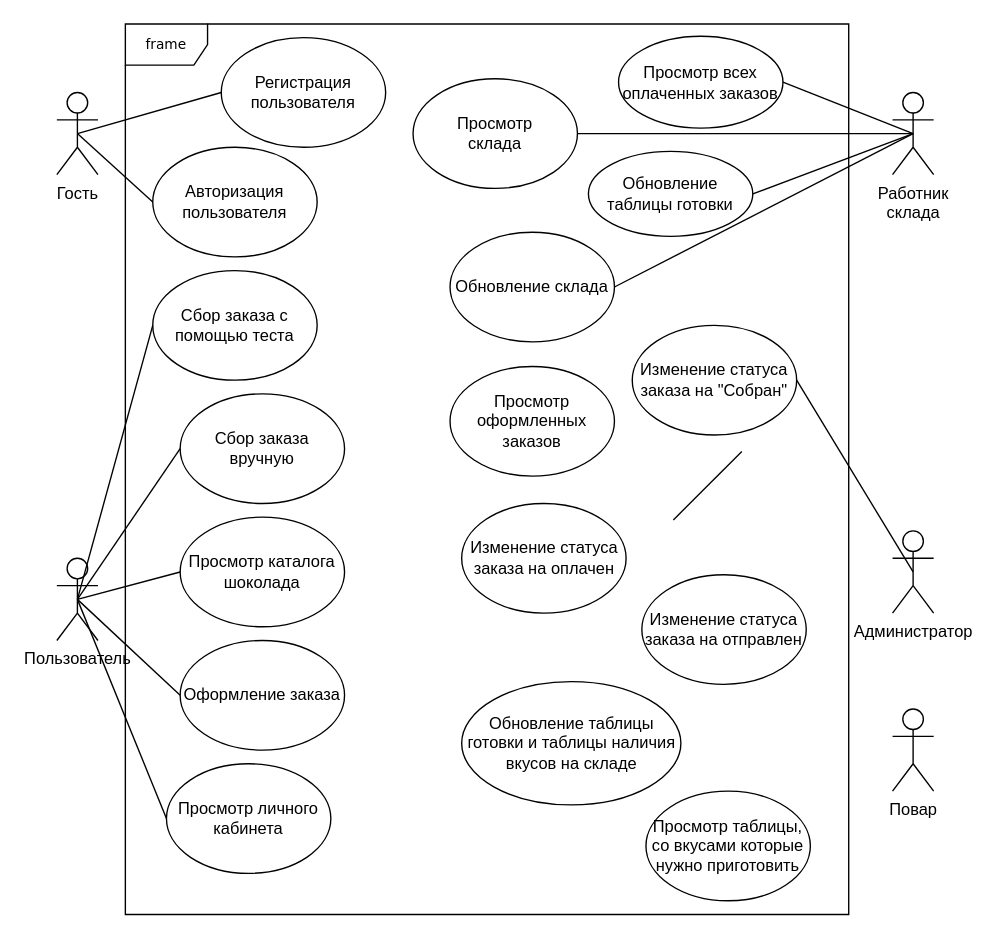
This is Untitled Diagram.drawio from frobbery/chocolate-shop, a draw.io file, before an edit. Source tidied: cells renumbered, new cells numbered last; positions are measured from the earlier drawing's top-left corner, leaving out a move shared by most shapes. Both pictures are drawn from the tidied source at 137%, with x=0, y=0 at pixel (56, 23).
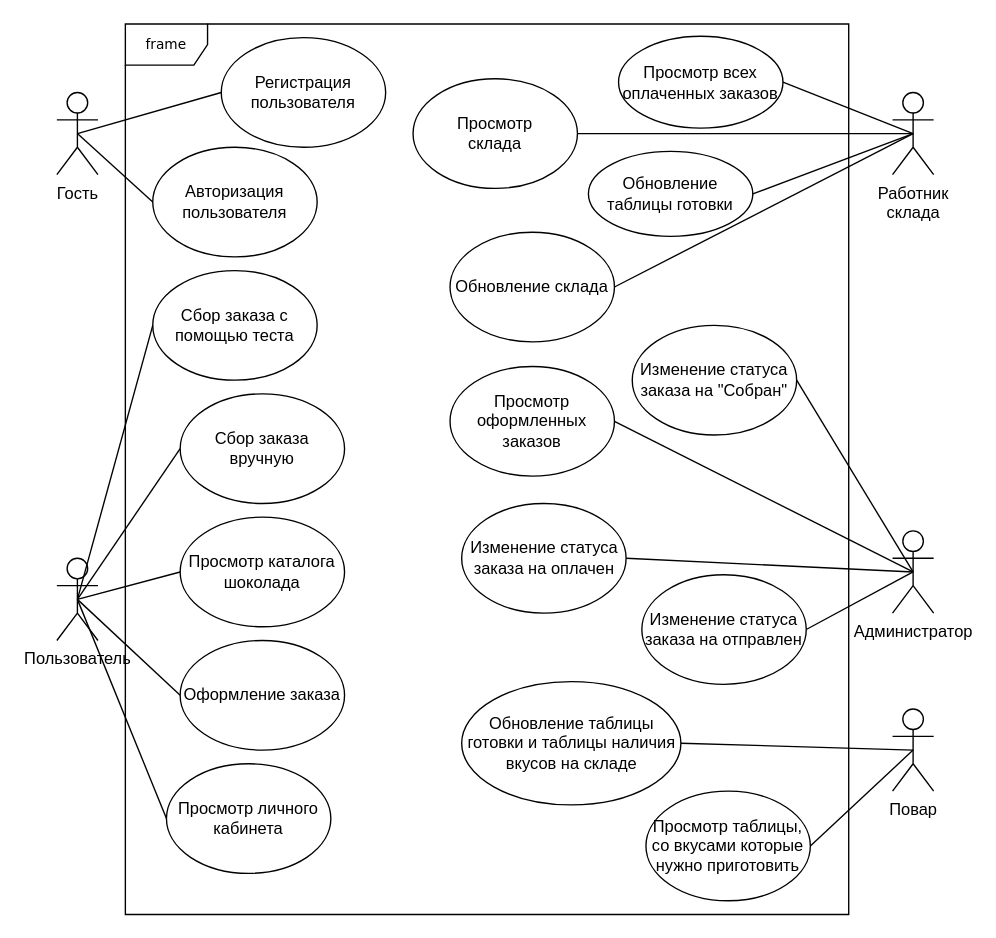
After the change.

Unchanged cells that the change refers to:
```xml
<mxCell id="5" value="Повар" style="shape=umlActor;verticalLabelPosition=bottom;verticalAlign=top;html=1;outlineConnect=0;" parent="1" vertex="1">
  <mxGeometry x="610" y="500" width="30" height="60" as="geometry" />
</mxCell>
<mxCell id="7" value="Администратор" style="shape=umlActor;verticalLabelPosition=bottom;verticalAlign=top;html=1;outlineConnect=0;" parent="1" vertex="1">
  <mxGeometry x="610" y="370" width="30" height="60" as="geometry" />
</mxCell>
<mxCell id="15" value="Просмотр таблицы,&lt;br&gt;со вкусами которые нужно приготовить" style="ellipse;whiteSpace=wrap;html=1;" parent="1" vertex="1">
  <mxGeometry x="430" y="560" width="120" height="80" as="geometry" />
</mxCell>
<mxCell id="16" value="Обновление таблицы готовки и таблицы наличия вкусов на складе" style="ellipse;whiteSpace=wrap;html=1;" parent="1" vertex="1">
  <mxGeometry x="295.5" y="480" width="160" height="90" as="geometry" />
</mxCell>
<mxCell id="22" value="Просмотр оформленных заказов" style="ellipse;whiteSpace=wrap;html=1;" parent="1" vertex="1">
  <mxGeometry x="287" y="250" width="120" height="80" as="geometry" />
</mxCell>
<mxCell id="23" value="Изменение статуса заказа на оплачен" style="ellipse;whiteSpace=wrap;html=1;" parent="1" vertex="1">
  <mxGeometry x="295.5" y="350" width="120" height="80" as="geometry" />
</mxCell>
<mxCell id="24" value="Изменение статуса заказа на отправлен" style="ellipse;whiteSpace=wrap;html=1;" parent="1" vertex="1">
  <mxGeometry x="427" y="402" width="120" height="80" as="geometry" />
</mxCell>
```

What changed in the source:
```diff
@@
-    <mxCell id="37" style="endArrow=none;html=1;rounded=0;" parent="1" edge="1">
-      <mxGeometry relative="1" as="geometry">
-        <mxPoint x="450" y="362" as="sourcePoint" />
-        <mxPoint x="500" y="312" as="targetPoint" />
-      </mxGeometry>
+    <mxCell id="37" style="endArrow=none;html=1;rounded=0;entryX=0.5;entryY=0.5;entryDx=0;entryDy=0;entryPerimeter=0;exitX=1;exitY=0.5;exitDx=0;exitDy=0;" parent="1" edge="1" source="22" target="7">
+      <mxGeometry relative="1" as="geometry" />
     </mxCell>
+    <mxCell id="38" style="endArrow=none;html=1;rounded=0;entryX=0.5;entryY=0.5;entryDx=0;entryDy=0;entryPerimeter=0;exitX=1;exitY=0.5;exitDx=0;exitDy=0;" parent="1" edge="1" source="23" target="7">
+      <mxGeometry relative="1" as="geometry" />
+    </mxCell>
+    <mxCell id="39" style="endArrow=none;html=1;rounded=0;entryX=0.5;entryY=0.5;entryDx=0;entryDy=0;entryPerimeter=0;exitX=1;exitY=0.5;exitDx=0;exitDy=0;" parent="1" edge="1" source="24" target="7">
+      <mxGeometry relative="1" as="geometry" />
+    </mxCell>
+    <mxCell id="40" style="endArrow=none;html=1;rounded=0;entryX=0.5;entryY=0.5;entryDx=0;entryDy=0;entryPerimeter=0;exitX=1;exitY=0.5;exitDx=0;exitDy=0;" parent="1" edge="1" source="16" target="5">
+      <mxGeometry relative="1" as="geometry" />
+    </mxCell>
+    <mxCell id="41" style="endArrow=none;html=1;rounded=0;entryX=0.5;entryY=0.5;entryDx=0;entryDy=0;entryPerimeter=0;exitX=1;exitY=0.5;exitDx=0;exitDy=0;" parent="1" edge="1" source="15" target="5">
+      <mxGeometry relative="1" as="geometry" />
+    </mxCell>
```
